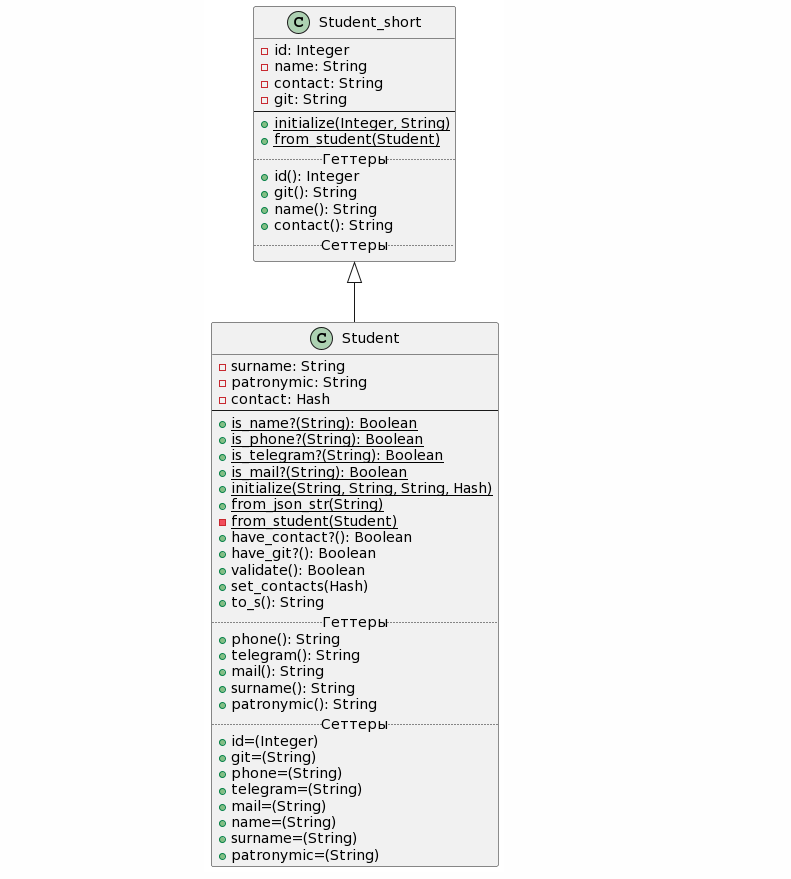
Above: Lab2/task1/StudentDiagram.png in VitalijGolovij/PatternProgLabs (PlantUML), before the change. Its source is kept beside it as Lab2/task1/StudentDiagram.puml. The source it was exported from:
```plantuml
@startuml
Class Student_short
 {
      -id: Integer
      -name: String
      -contact: String
      -git: String
 --
      +{static}initialize(Integer, String)
      +{static}from_student(Student)
      .. Геттеры ..
      +id(): Integer
      +git(): String
      +name(): String
      +contact(): String
      .. Сеттеры ..
  }


Class Student extends Student_short{
     -surname: String
     -patronymic: String
     -contact: Hash
--
     +{static}is_name?(String): Boolean
     +{static}is_phone?(String): Boolean
     +{static}is_telegram?(String): Boolean
     +{static}is_mail?(String): Boolean
     +{static}initialize(String, String, String, Hash)
     +{static}from_json_str(String)
     -{static}from_student(Student)
     +have_contact?(): Boolean
     +have_git?(): Boolean
     +validate(): Boolean
     +set_contacts(Hash)
     +to_s(): String
     .. Геттеры ..
     +phone(): String
     +telegram(): String
     +mail(): String
     +surname(): String
     +patronymic(): String
     .. Сеттеры ..
     +id=(Integer)
     +git=(String)
     +phone=(String)
     +telegram=(String)
     +mail=(String)
     +name=(String)
     +surname=(String)
     +patronymic=(String)
 }
@enduml
```
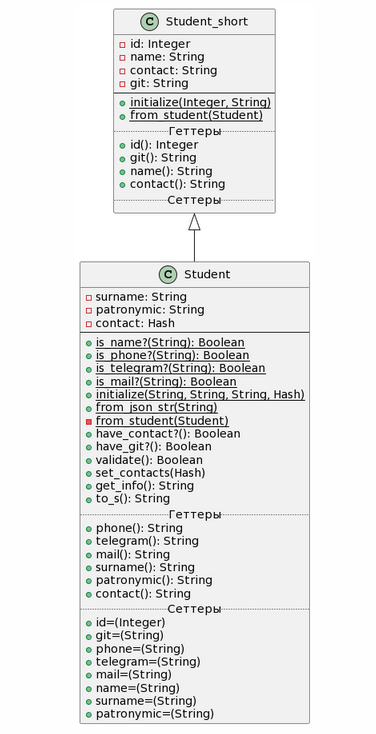
The same diagram one commit later.

Commit message:
поправил диаграмму, добавил get_info, исправил конструктор

The edit, as a diff of the source:
```diff
@@ -33,6 +33,7 @@
      +have_git?(): Boolean
      +validate(): Boolean
      +set_contacts(Hash)
+     +get_info(): String
      +to_s(): String
      .. Геттеры ..
      +phone(): String
@@ -40,6 +41,7 @@
      +mail(): String
      +surname(): String
      +patronymic(): String
+     +contact(): String
      .. Сеттеры ..
      +id=(Integer)
      +git=(String)
```
